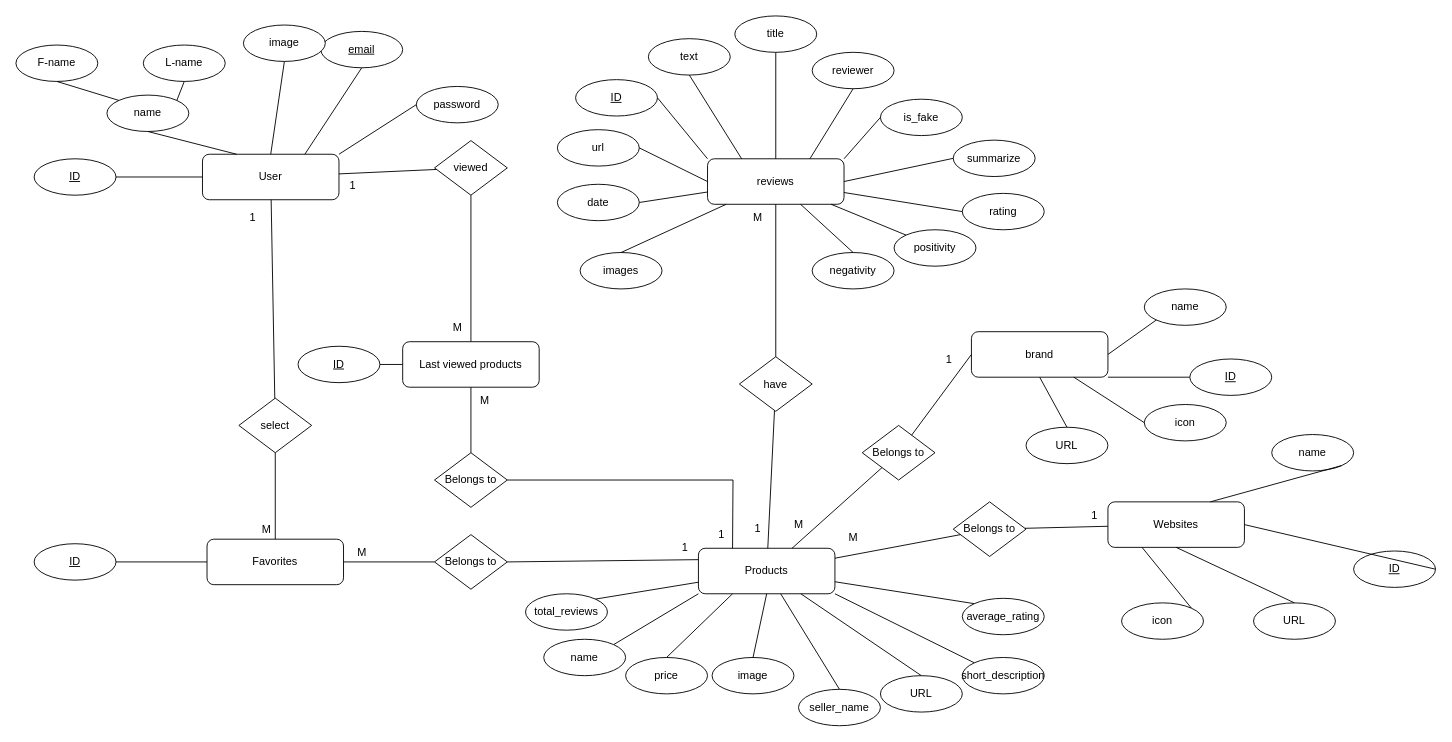
This is ERD.drawio from amrawni33/grad-UML, a draw.io file, before an edit. Source tidied: cells renumbered, new cells numbered last; positions are measured from the earlier drawing's top-left corner, leaving out a move shared by most shapes. Both pictures are drawn from the tidied source at 91%, with x=0, y=0 at pixel (15, 15).
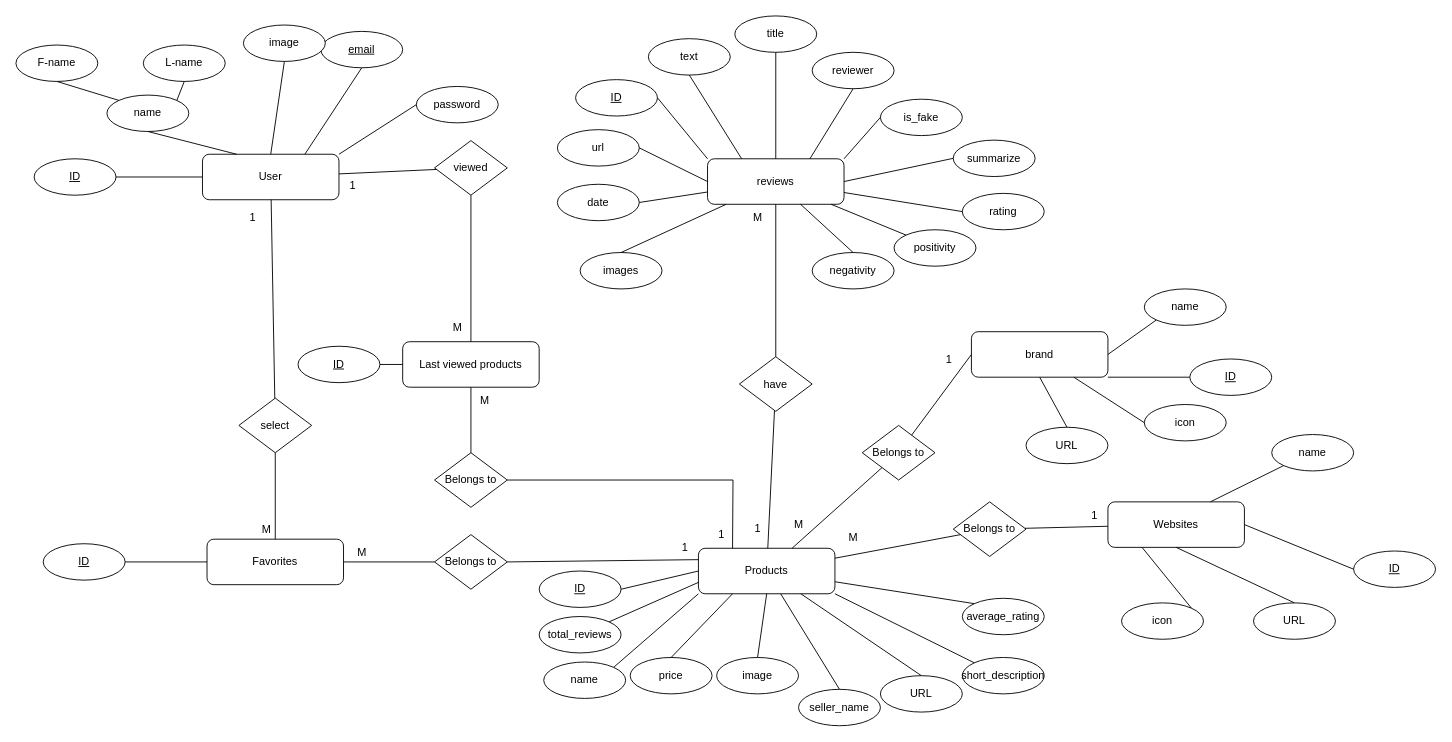
The same diagram, later.

Unchanged cells that the change refers to:
```xml
<mxCell id="2" value="Products" style="rounded=1;whiteSpace=wrap;html=1;" parent="1" vertex="1">
  <mxGeometry x="750" y="585" width="150" height="50" as="geometry" />
</mxCell>
<mxCell id="6" value="Websites" style="rounded=1;whiteSpace=wrap;html=1;" parent="1" vertex="1">
  <mxGeometry x="1200" y="534" width="150" height="50" as="geometry" />
</mxCell>
<mxCell id="8" value="name" style="ellipse;whiteSpace=wrap;html=1;" parent="1" vertex="1">
  <mxGeometry x="1380" y="460" width="90" height="40" as="geometry" />
</mxCell>
<mxCell id="15" value="&lt;u&gt;ID&lt;/u&gt;" style="ellipse;whiteSpace=wrap;html=1;" parent="1" vertex="1">
  <mxGeometry x="1470" y="588" width="90" height="40" as="geometry" />
</mxCell>
```

Diff of the diagram source:
```diff
@@
-    <mxCell id="10" style="endArrow=none;html=1;rounded=0;exitX=0.75;exitY=0;exitDx=0;exitDy=0;entryX=1;entryY=1;entryDx=0;entryDy=0;" parent="1" edge="1" source="6" target="8">
+    <mxCell id="10" style="endArrow=none;html=1;rounded=0;exitX=0.75;exitY=0;exitDx=0;exitDy=0;entryX=0;entryY=1;entryDx=0;entryDy=0;" parent="1" edge="1" source="6" target="8">
       <mxGeometry relative="1" as="geometry" />
     </mxCell>
     <mxCell id="11" value="price" style="ellipse;whiteSpace=wrap;html=1;" parent="1" vertex="1">
-      <mxGeometry x="670" y="705" width="90" height="40" as="geometry" />
+      <mxGeometry x="675" y="705" width="90" height="40" as="geometry" />
     </mxCell>
     <mxCell id="12" value="image" style="ellipse;whiteSpace=wrap;html=1;" parent="1" vertex="1">
-      <mxGeometry x="765" y="705" width="90" height="40" as="geometry" />
+      <mxGeometry x="770" y="705" width="90" height="40" as="geometry" />
     </mxCell>
@@
-    <mxCell id="16" style="endArrow=none;html=1;rounded=0;exitX=1;exitY=0.5;exitDx=0;exitDy=0;entryX=1;entryY=0.5;entryDx=0;entryDy=0;" parent="1" edge="1" source="6" target="15">
+    <mxCell id="16" style="endArrow=none;html=1;rounded=0;exitX=1;exitY=0.5;exitDx=0;exitDy=0;entryX=0;entryY=0.5;entryDx=0;entryDy=0;" parent="1" edge="1" source="6" target="15">
       <mxGeometry relative="1" as="geometry" />
     </mxCell>
@@
     <mxCell id="23" value="name" style="ellipse;whiteSpace=wrap;html=1;" parent="1" vertex="1">
-      <mxGeometry x="580" y="685" width="90" height="40" as="geometry" />
+      <mxGeometry x="580" y="710" width="90" height="40" as="geometry" />
     </mxCell>
@@
     <mxCell id="25" value="&lt;u&gt;ID&lt;/u&gt;" style="ellipse;whiteSpace=wrap;html=1;" parent="1" vertex="1">
-      <mxGeometry x="20" y="580" width="90" height="40" as="geometry" />
+      <mxGeometry x="30" y="580" width="90" height="40" as="geometry" />
     </mxCell>
@@
     <mxCell id="29" value="&lt;div&gt;total_reviews&lt;/div&gt;" style="ellipse;whiteSpace=wrap;html=1;" parent="1" vertex="1">
-      <mxGeometry x="560" y="635" width="90" height="40" as="geometry" />
+      <mxGeometry x="575" y="660" width="90" height="40" as="geometry" />
     </mxCell>
-    <mxCell id="30" style="endArrow=none;html=1;rounded=0;exitX=1;exitY=0;exitDx=0;exitDy=0;" parent="1" edge="1" source="29" target="2">
+    <mxCell id="30" style="endArrow=none;html=1;rounded=0;exitX=1;exitY=0;exitDx=0;exitDy=0;entryX=0;entryY=0.75;entryDx=0;entryDy=0;" parent="1" edge="1" source="29" target="2">
       <mxGeometry relative="1" as="geometry" />
     </mxCell>
@@
+    <mxCell id="118" value="&lt;u&gt;ID&lt;/u&gt;" style="ellipse;whiteSpace=wrap;html=1;" parent="1" vertex="1">
+      <mxGeometry x="575" y="610" width="90" height="40" as="geometry" />
+    </mxCell>
+    <mxCell id="119" style="endArrow=none;html=1;rounded=0;exitX=1;exitY=0.5;exitDx=0;exitDy=0;entryX=0;entryY=0.5;entryDx=0;entryDy=0;" parent="1" edge="1" source="118" target="2">
+      <mxGeometry relative="1" as="geometry" />
+    </mxCell>
```
